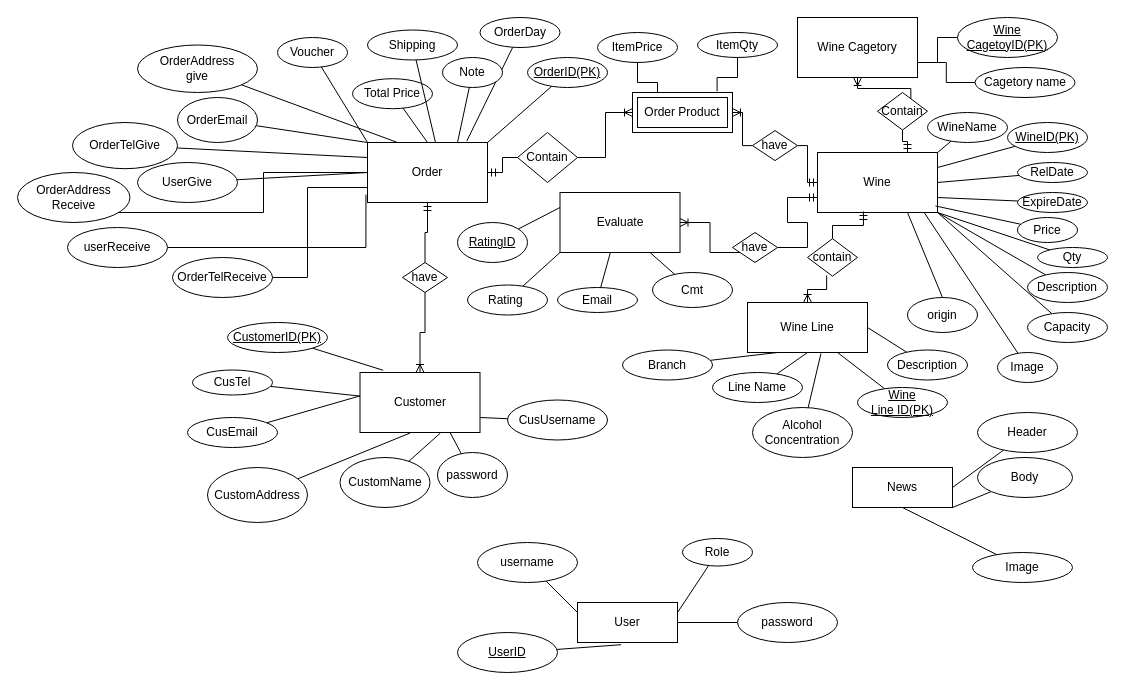
The draw.io diagram Untitled Diagram.drawio in NCanhhieu/T2207E-Diagram, before the edit. Source tidied: cells renumbered, new cells numbered last; positions are measured from the earlier drawing's top-left corner, leaving out a move shared by most shapes. Both pictures are drawn from the tidied source at 100%, with x=0, y=0 at pixel (17, 17).
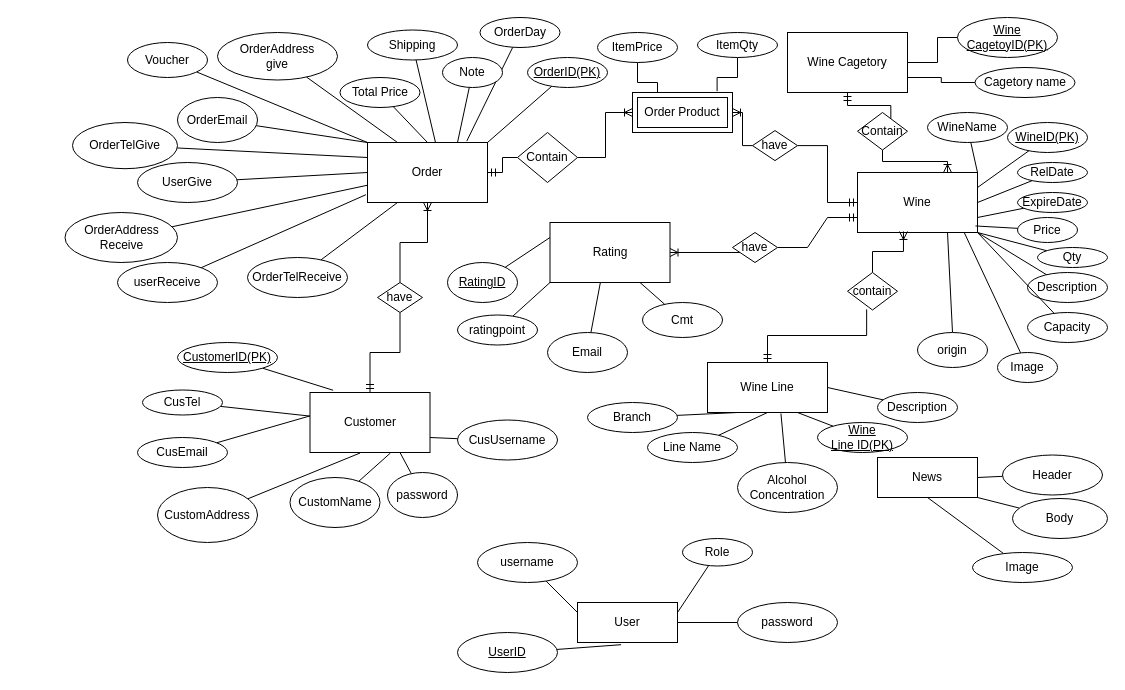
After the change.

The change refers to these unchanged cells:
```xml
<mxCell id="7" value="Order" style="rounded=0;whiteSpace=wrap;html=1;" parent="1" vertex="1">
  <mxGeometry x="350" y="125" width="120" height="60" as="geometry" />
</mxCell>
```

The edit, as a diff of the source:
```diff
@@
-    <mxCell id="2" style="edgeStyle=elbowEdgeStyle;fontSize=12;html=1;endArrow=ERoneToMany;startArrow=none;rounded=0;exitX=0.75;exitY=0;exitDx=0;exitDy=0;elbow=vertical;entryX=0.5;entryY=1;entryDx=0;entryDy=0;startFill=0;" parent="1" edge="1" source="133" target="10">
+    <mxCell id="2" style="edgeStyle=elbowEdgeStyle;fontSize=12;html=1;endArrow=ERmandOne;startArrow=none;rounded=0;exitX=0.75;exitY=0;exitDx=0;exitDy=0;elbow=vertical;entryX=0.5;entryY=1;entryDx=0;entryDy=0;startFill=0;endFill=0;" parent="1" edge="1" source="133" target="10">
       <mxGeometry relative="1" as="geometry" />
     </mxCell>
-    <mxCell id="3" style="fontSize=12;html=1;endArrow=ERoneToMany;startArrow=none;rounded=0;exitX=0.383;exitY=0.983;exitDx=0;exitDy=0;entryX=0.5;entryY=0;entryDx=0;entryDy=0;edgeStyle=elbowEdgeStyle;elbow=vertical;exitPerimeter=0;startFill=0;" parent="1" edge="1" source="127" target="9">
+    <mxCell id="3" style="fontSize=12;html=1;endArrow=ERmandOne;startArrow=none;rounded=0;exitX=0.383;exitY=0.983;exitDx=0;exitDy=0;entryX=0.5;entryY=0;entryDx=0;entryDy=0;edgeStyle=elbowEdgeStyle;elbow=vertical;exitPerimeter=0;startFill=0;endFill=0;" parent="1" edge="1" source="127" target="9">
       <mxGeometry relative="1" as="geometry" />
     </mxCell>
@@
-    <mxCell id="6" style="edgeStyle=orthogonalEdgeStyle;fontSize=12;html=1;endArrow=ERoneToMany;startArrow=none;rounded=0;entryX=0.5;entryY=0;entryDx=0;entryDy=0;exitX=0.5;exitY=1;exitDx=0;exitDy=0;startFill=0;" parent="1" edge="1" source="122" target="8">
+    <mxCell id="6" style="edgeStyle=orthogonalEdgeStyle;fontSize=12;html=1;endArrow=ERmandOne;startArrow=none;rounded=0;entryX=0.5;entryY=0;entryDx=0;entryDy=0;exitX=0.5;exitY=1;exitDx=0;exitDy=0;startFill=0;endFill=0;" parent="1" edge="1" source="122" target="8">
       <mxGeometry relative="1" as="geometry" />
     </mxCell>
@@
     <mxCell id="8" value="Customer" style="rounded=0;whiteSpace=wrap;html=1;" parent="1" vertex="1">
-      <mxGeometry x="342.5" y="355" width="120" height="60" as="geometry" />
+      <mxGeometry x="292.5" y="375" width="120" height="60" as="geometry" />
     </mxCell>
     <mxCell id="9" value="Wine Line" style="rounded=0;whiteSpace=wrap;html=1;" parent="1" vertex="1">
-      <mxGeometry x="730" y="285" width="120" height="50" as="geometry" />
+      <mxGeometry x="690" y="345" width="120" height="50" as="geometry" />
     </mxCell>
     <mxCell id="10" value="Wine Cagetory" style="rounded=0;whiteSpace=wrap;html=1;" parent="1" vertex="1">
-      <mxGeometry x="780" width="120" height="60" as="geometry" />
+      <mxGeometry x="770" y="15" width="120" height="60" as="geometry" />
     </mxCell>
     <mxCell id="11" value="Wine" style="rounded=0;whiteSpace=wrap;html=1;" parent="1" vertex="1">
-      <mxGeometry x="800" y="135" width="120" height="60" as="geometry" />
+      <mxGeometry x="840" y="155" width="120" height="60" as="geometry" />
     </mxCell>
-    <mxCell id="12" value="Evaluate" style="rounded=0;whiteSpace=wrap;html=1;" parent="1" vertex="1">
-      <mxGeometry x="542.5" y="175" width="120" height="60" as="geometry" />
+    <mxCell id="12" value="Rating" style="rounded=0;whiteSpace=wrap;html=1;" parent="1" vertex="1">
+      <mxGeometry x="532.5" y="205" width="120" height="60" as="geometry" />
     </mxCell>
@@
     <mxCell id="29" value="Branch" style="ellipse;whiteSpace=wrap;html=1;align=center;" parent="1" vertex="1">
-      <mxGeometry x="605" y="332.5" width="90" height="30" as="geometry" />
+      <mxGeometry x="570" y="385" width="90" height="30" as="geometry" />
     </mxCell>
@@
     <mxCell id="35" value="CustomAddress" style="ellipse;whiteSpace=wrap;html=1;align=center;" parent="1" vertex="1">
-      <mxGeometry x="190" y="450" width="100" height="55" as="geometry" />
+      <mxGeometry x="140" y="470" width="100" height="55" as="geometry" />
     </mxCell>
@@
     <mxCell id="37" value="Line Name" style="ellipse;whiteSpace=wrap;html=1;align=center;" parent="1" vertex="1">
-      <mxGeometry x="695" y="355" width="90" height="30" as="geometry" />
+      <mxGeometry x="630" y="415" width="90" height="30" as="geometry" />
     </mxCell>
@@
     <mxCell id="39" value="Total Price" style="ellipse;whiteSpace=wrap;html=1;align=center;" parent="1" vertex="1">
-      <mxGeometry x="335" y="61.2" width="80" height="30" as="geometry" />
+      <mxGeometry x="322.5" y="60" width="80" height="30" as="geometry" />
     </mxCell>
@@
     <mxCell id="43" value="Wine&lt;br style=&quot;border-color: var(--border-color);&quot;&gt;Line ID(PK)" style="ellipse;whiteSpace=wrap;html=1;align=center;fontStyle=4;" parent="1" vertex="1">
-      <mxGeometry x="840" y="370" width="90" height="30" as="geometry" />
+      <mxGeometry x="800" y="405" width="90" height="30" as="geometry" />
     </mxCell>
@@
     <mxCell id="47" value="CustomName" style="ellipse;whiteSpace=wrap;html=1;align=center;" parent="1" vertex="1">
-      <mxGeometry x="322.5" y="440" width="90" height="50" as="geometry" />
+      <mxGeometry x="272.5" y="460" width="90" height="50" as="geometry" />
     </mxCell>
@@
     <mxCell id="49" value="CusTel" style="ellipse;whiteSpace=wrap;html=1;align=center;" parent="1" vertex="1">
-      <mxGeometry x="175" y="352.5" width="80" height="25" as="geometry" />
+      <mxGeometry x="125" y="372.5" width="80" height="25" as="geometry" />
     </mxCell>
@@
     <mxCell id="51" value="CustomerID(PK)" style="ellipse;whiteSpace=wrap;html=1;align=center;fontStyle=4;" parent="1" vertex="1">
-      <mxGeometry x="210" y="305" width="100" height="30" as="geometry" />
+      <mxGeometry x="160" y="325" width="100" height="30" as="geometry" />
     </mxCell>
@@
     <mxCell id="53" value="CusEmail" style="ellipse;whiteSpace=wrap;html=1;align=center;" parent="1" vertex="1">
-      <mxGeometry x="170" y="400" width="90" height="30" as="geometry" />
+      <mxGeometry x="120" y="420" width="90" height="30" as="geometry" />
     </mxCell>
@@
-    <mxCell id="61" style="edgeStyle=orthogonalEdgeStyle;rounded=0;orthogonalLoop=1;jettySize=auto;html=1;exitX=0.5;exitY=1;exitDx=0;exitDy=0;" parent="1" edge="1" source="29" target="29">
-      <mxGeometry relative="1" as="geometry" />
+    <mxCell id="61" style="edgeStyle=orthogonalEdgeStyle;rounded=0;orthogonalLoop=1;jettySize=auto;html=1;exitX=0.5;exitY=1;exitDx=0;exitDy=0;" parent="1" edge="1">
+      <mxGeometry relative="1" as="geometry">
+        <mxPoint x="600" y="382.5" as="sourcePoint" />
+        <mxPoint x="600" y="382.5" as="targetPoint" />
+      </mxGeometry>
     </mxCell>
@@
     <mxCell id="63" value="Alcohol&lt;br&gt;Concentration" style="ellipse;whiteSpace=wrap;html=1;align=center;" parent="1" vertex="1">
-      <mxGeometry x="735" y="390" width="100" height="50" as="geometry" />
+      <mxGeometry x="720" y="445" width="100" height="50" as="geometry" />
     </mxCell>
@@
-    <mxCell id="65" value="Rating&amp;nbsp;" style="ellipse;whiteSpace=wrap;html=1;align=center;" parent="1" vertex="1">
-      <mxGeometry x="450" y="267.5" width="80" height="30" as="geometry" />
+    <mxCell id="65" value="ratingpoint" style="ellipse;whiteSpace=wrap;html=1;align=center;" parent="1" vertex="1">
+      <mxGeometry x="440" y="297.5" width="80" height="30" as="geometry" />
     </mxCell>
@@
     <mxCell id="67" value="Email" style="ellipse;whiteSpace=wrap;html=1;align=center;" parent="1" vertex="1">
-      <mxGeometry x="540" y="270" width="80" height="25" as="geometry" />
+      <mxGeometry x="530" y="315" width="80" height="40" as="geometry" />
     </mxCell>
@@
     <mxCell id="69" value="Cmt" style="ellipse;whiteSpace=wrap;html=1;align=center;" parent="1" vertex="1">
-      <mxGeometry x="635" y="255" width="80" height="35" as="geometry" />
+      <mxGeometry x="625" y="285" width="80" height="35" as="geometry" />
     </mxCell>
@@
     <mxCell id="71" value="RatingID" style="ellipse;whiteSpace=wrap;html=1;align=center;fontStyle=4;" parent="1" vertex="1">
-      <mxGeometry x="440" y="205" width="70" height="40" as="geometry" />
+      <mxGeometry x="430" y="245" width="70" height="40" as="geometry" />
     </mxCell>
@@
-    <mxCell id="73" style="rounded=0;jettySize=auto;html=1;exitX=0.5;exitY=0;exitDx=0;exitDy=0;endArrow=none;endFill=0;" parent="1" edge="1" source="74">
-      <mxGeometry relative="1" as="geometry">
-        <mxPoint x="890" y="195" as="targetPoint" />
-      </mxGeometry>
+    <mxCell id="73" style="rounded=0;jettySize=auto;html=1;endArrow=none;endFill=0;entryX=0.75;entryY=1;entryDx=0;entryDy=0;exitX=0.5;exitY=0;exitDx=0;exitDy=0;" parent="1" edge="1" source="74" target="11">
+      <mxGeometry relative="1" as="geometry" />
     </mxCell>
     <mxCell id="74" value="origin" style="ellipse;whiteSpace=wrap;html=1;align=center;" parent="1" vertex="1">
-      <mxGeometry x="890" y="280" width="70" height="35" as="geometry" />
+      <mxGeometry x="900" y="315" width="70" height="35" as="geometry" />
     </mxCell>
@@
     <mxCell id="76" value="Voucher" style="ellipse;whiteSpace=wrap;html=1;align=center;" parent="1" vertex="1">
-      <mxGeometry x="260" y="20" width="70" height="30" as="geometry" />
+      <mxGeometry x="110" y="25" width="80" height="35" as="geometry" />
     </mxCell>
@@
     <mxCell id="86" value="News" style="whiteSpace=wrap;html=1;align=center;" parent="1" vertex="1">
-      <mxGeometry x="835" y="450" width="100" height="40" as="geometry" />
+      <mxGeometry x="860" y="440" width="100" height="40" as="geometry" />
     </mxCell>
@@
     <mxCell id="94" value="Header" style="ellipse;whiteSpace=wrap;html=1;align=center;" parent="1" vertex="1">
-      <mxGeometry x="960" y="395" width="100" height="40" as="geometry" />
+      <mxGeometry x="985" y="437.5" width="100" height="40" as="geometry" />
     </mxCell>
@@
     <mxCell id="96" value="Body" style="ellipse;whiteSpace=wrap;html=1;align=center;" parent="1" vertex="1">
-      <mxGeometry x="960" y="440" width="95" height="40" as="geometry" />
+      <mxGeometry x="995" y="481" width="95" height="40" as="geometry" />
     </mxCell>
@@
     <mxCell id="102" value="Description" style="ellipse;whiteSpace=wrap;html=1;align=center;" parent="1" vertex="1">
-      <mxGeometry x="870" y="332.5" width="80" height="30" as="geometry" />
+      <mxGeometry x="860" y="375" width="80" height="30" as="geometry" />
     </mxCell>
@@
     <mxCell id="106" value="password" style="ellipse;whiteSpace=wrap;html=1;align=center;" parent="1" vertex="1">
-      <mxGeometry x="420" y="435" width="70" height="45" as="geometry" />
+      <mxGeometry x="370" y="455" width="70" height="45" as="geometry" />
     </mxCell>
@@
     <mxCell id="108" value="CusUsername" style="ellipse;whiteSpace=wrap;html=1;align=center;" parent="1" vertex="1">
-      <mxGeometry x="490" y="382.5" width="100" height="40" as="geometry" />
+      <mxGeometry x="440" y="402.5" width="100" height="40" as="geometry" />
     </mxCell>
@@
     <mxCell id="112" value="OrderAddress&lt;br&gt;give" style="ellipse;whiteSpace=wrap;html=1;align=center;" parent="1" vertex="1">
-      <mxGeometry x="120" y="27.5" width="120" height="47.5" as="geometry" />
+      <mxGeometry x="200" y="15" width="120" height="47.5" as="geometry" />
     </mxCell>
@@
-    <mxCell id="115" style="edgeStyle=orthogonalEdgeStyle;rounded=0;jettySize=auto;html=1;entryX=0;entryY=0.75;entryDx=0;entryDy=0;endArrow=none;endFill=0;" parent="1" edge="1" source="116" target="7">
-      <mxGeometry relative="1" as="geometry">
-        <Array as="points">
-          <mxPoint x="290" y="260" />
-          <mxPoint x="290" y="170" />
-        </Array>
-      </mxGeometry>
+    <mxCell id="115" style="rounded=0;jettySize=auto;html=1;entryX=0.25;entryY=1;entryDx=0;entryDy=0;endArrow=none;endFill=0;" parent="1" edge="1" source="116" target="7">
+      <mxGeometry relative="1" as="geometry" />
     </mxCell>
     <mxCell id="116" value="OrderTelReceive" style="ellipse;whiteSpace=wrap;html=1;align=center;" parent="1" vertex="1">
-      <mxGeometry x="155" y="240" width="100" height="40" as="geometry" />
+      <mxGeometry x="230" y="240" width="100" height="40" as="geometry" />
     </mxCell>
-    <mxCell id="117" style="edgeStyle=orthogonalEdgeStyle;rounded=0;jettySize=auto;html=1;entryX=-0.013;entryY=0.87;entryDx=0;entryDy=0;entryPerimeter=0;endArrow=none;endFill=0;" parent="1" edge="1" source="118" target="7">
+    <mxCell id="117" style="rounded=0;jettySize=auto;html=1;entryX=-0.013;entryY=0.87;entryDx=0;entryDy=0;entryPerimeter=0;endArrow=none;endFill=0;" parent="1" edge="1" source="118" target="7">
       <mxGeometry relative="1" as="geometry" />
     </mxCell>
     <mxCell id="118" value="userReceive" style="ellipse;whiteSpace=wrap;html=1;align=center;" parent="1" vertex="1">
-      <mxGeometry x="50" y="210" width="100" height="40" as="geometry" />
+      <mxGeometry x="100" y="245" width="100" height="40" as="geometry" />
     </mxCell>
-    <mxCell id="119" style="edgeStyle=orthogonalEdgeStyle;rounded=0;jettySize=auto;html=1;endArrow=none;endFill=0;" parent="1" edge="1" source="120" target="7">
-      <mxGeometry relative="1" as="geometry">
-        <Array as="points">
-          <mxPoint x="246" y="195" />
-          <mxPoint x="246" y="155" />
-        </Array>
-      </mxGeometry>
+    <mxCell id="119" style="rounded=0;jettySize=auto;html=1;endArrow=none;endFill=0;" parent="1" edge="1" source="120" target="7">
+      <mxGeometry relative="1" as="geometry" />
     </mxCell>
     <mxCell id="120" value="OrderAddress&lt;br&gt;Receive" style="ellipse;whiteSpace=wrap;html=1;align=center;" parent="1" vertex="1">
-      <mxGeometry y="155" width="112.5" height="50" as="geometry" />
+      <mxGeometry x="47.5" y="195" width="112.5" height="50" as="geometry" />
     </mxCell>
-    <mxCell id="121" style="edgeStyle=orthogonalEdgeStyle;fontSize=12;html=1;endArrow=none;startArrow=ERmandOne;rounded=0;entryX=0.5;entryY=0;entryDx=0;entryDy=0;exitX=0.5;exitY=1;exitDx=0;exitDy=0;endFill=0;" parent="1" edge="1" source="7" target="122">
+    <mxCell id="121" style="edgeStyle=orthogonalEdgeStyle;fontSize=12;html=1;endArrow=none;startArrow=ERoneToMany;rounded=0;entryX=0.5;entryY=0;entryDx=0;entryDy=0;exitX=0.5;exitY=1;exitDx=0;exitDy=0;endFill=0;startFill=0;" parent="1" edge="1" source="7" target="122">
       <mxGeometry relative="1" as="geometry" />
     </mxCell>
     <mxCell id="122" value="have" style="rhombus;whiteSpace=wrap;html=1;" parent="1" vertex="1">
-      <mxGeometry x="385" y="245" width="45" height="30" as="geometry" />
+      <mxGeometry x="360" y="265" width="45" height="30" as="geometry" />
     </mxCell>
@@
-    <mxCell id="126" style="fontSize=12;html=1;endArrow=none;startArrow=ERmandOne;rounded=0;exitX=0.383;exitY=0.983;exitDx=0;exitDy=0;entryX=0.5;entryY=0;entryDx=0;entryDy=0;edgeStyle=elbowEdgeStyle;elbow=vertical;exitPerimeter=0;endFill=0;" parent="1" edge="1" source="11" target="127">
+    <mxCell id="126" style="fontSize=12;html=1;endArrow=none;startArrow=ERoneToMany;rounded=0;exitX=0.383;exitY=0.983;exitDx=0;exitDy=0;entryX=0.5;entryY=0;entryDx=0;entryDy=0;edgeStyle=elbowEdgeStyle;elbow=vertical;exitPerimeter=0;endFill=0;startFill=0;" parent="1" edge="1" source="11" target="127">
       <mxGeometry relative="1" as="geometry" />
     </mxCell>
     <mxCell id="127" value="contain" style="rhombus;whiteSpace=wrap;html=1;" parent="1" vertex="1">
-      <mxGeometry x="790" y="221.2" width="50" height="37.5" as="geometry" />
+      <mxGeometry x="830" y="255" width="50" height="37.5" as="geometry" />
     </mxCell>
@@
-    <mxCell id="132" style="edgeStyle=elbowEdgeStyle;fontSize=12;html=1;endArrow=none;startArrow=ERmandOne;rounded=0;exitX=0.75;exitY=0;exitDx=0;exitDy=0;elbow=vertical;entryX=0.5;entryY=1;entryDx=0;entryDy=0;endFill=0;" parent="1" edge="1" source="11" target="133">
+    <mxCell id="132" style="edgeStyle=elbowEdgeStyle;fontSize=12;html=1;endArrow=none;startArrow=ERoneToMany;rounded=0;exitX=0.75;exitY=0;exitDx=0;exitDy=0;entryX=0.5;entryY=1;entryDx=0;entryDy=0;endFill=0;startFill=0;elbow=vertical;" parent="1" edge="1" source="11" target="133">
       <mxGeometry relative="1" as="geometry" />
     </mxCell>
     <mxCell id="133" value="Contain" style="rhombus;whiteSpace=wrap;html=1;" parent="1" vertex="1">
-      <mxGeometry x="860" y="75" width="50" height="37.5" as="geometry" />
+      <mxGeometry x="840" y="95" width="50" height="37.5" as="geometry" />
     </mxCell>
```
